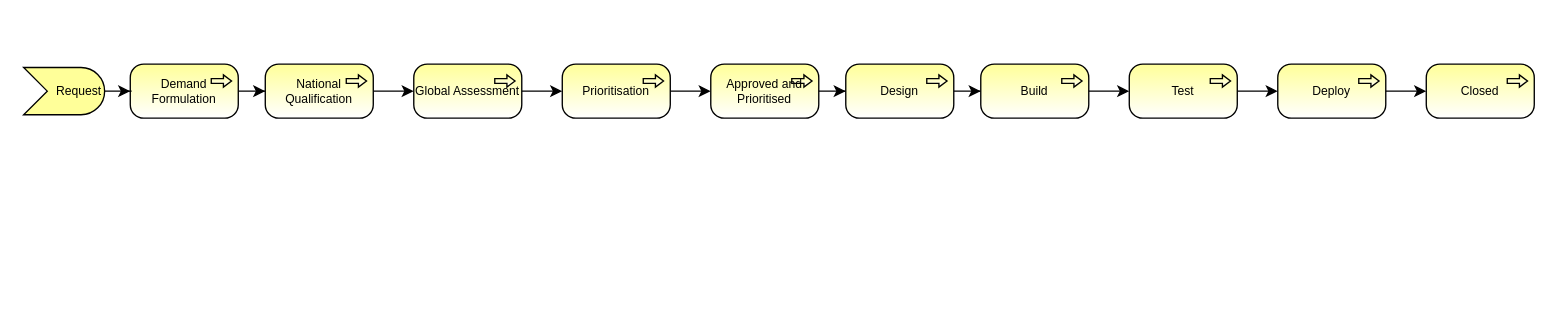
algimas/tmp keeps this draw.io diagram as page "Page-1" (1 of 2) of SnowOpmf.drawio. Above is the earlier version. Source tidied: cells renumbered, new cells numbered last; positions are measured from the earlier drawing's top-left corner, leaving out a move shared by most shapes. Both pictures are drawn from the tidied source at 135%, with x=0, y=0 at pixel (23, 63).
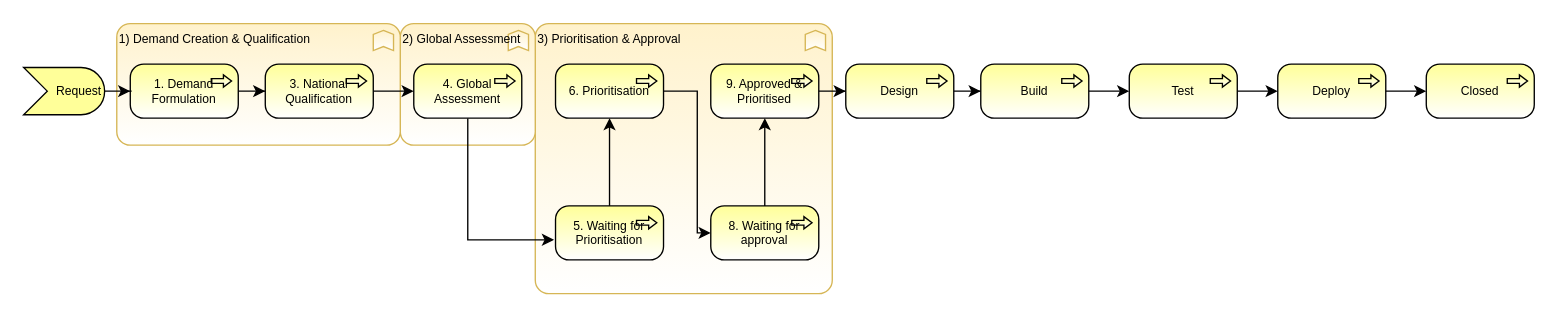
The same page after the edit.

What changed in the source:
```diff
@@
+    <mxCell id="23" value="3) Prioritisation &amp;amp; Approval" style="html=1;whiteSpace=wrap;fillColor=#fff2cc;shape=mxgraph.archimate3.application;appType=func;archiType=rounded;fontSize=9;align=left;strokeColor=#d6b656;gradientColor=#ffffff;verticalAlign=top;" parent="1" vertex="1">
+      <mxGeometry x="379" y="-30" width="220" height="200" as="geometry" />
+    </mxCell>
+    <mxCell id="24" value="2) Global Assessment" style="html=1;whiteSpace=wrap;fillColor=#fff2cc;shape=mxgraph.archimate3.application;appType=func;archiType=rounded;fontSize=9;align=left;strokeColor=#d6b656;gradientColor=#ffffff;verticalAlign=top;" parent="1" vertex="1">
+      <mxGeometry x="279" y="-30" width="100" height="90" as="geometry" />
+    </mxCell>
+    <mxCell id="25" value="1) Demand Creation &amp;amp; Qualification" style="html=1;whiteSpace=wrap;fillColor=#fff2cc;shape=mxgraph.archimate3.application;appType=func;archiType=rounded;fontSize=9;align=left;strokeColor=#d6b656;gradientColor=#ffffff;verticalAlign=top;" parent="1" vertex="1">
+      <mxGeometry x="69" y="-30" width="210" height="90" as="geometry" />
+    </mxCell>
@@
-    <mxCell id="3" value="Demand Formulation" style="html=1;outlineConnect=0;whiteSpace=wrap;fillColor=#ffff99;shape=mxgraph.archimate3.application;appType=proc;archiType=rounded;gradientColor=#ffffff;fontSize=9;" parent="1" vertex="1">
+    <mxCell id="3" value="1. Demand Formulation" style="html=1;outlineConnect=0;whiteSpace=wrap;fillColor=#ffff99;shape=mxgraph.archimate3.application;appType=proc;archiType=rounded;gradientColor=#ffffff;fontSize=9;verticalAlign=middle;align=center;" parent="1" vertex="1">
       <mxGeometry x="79" width="80" height="40" as="geometry" />
     </mxCell>
@@
-    <mxCell id="5" value="National Qualification" style="html=1;outlineConnect=0;whiteSpace=wrap;fillColor=#ffff99;shape=mxgraph.archimate3.application;appType=proc;archiType=rounded;gradientColor=#ffffff;fontSize=9;" parent="1" vertex="1">
+    <mxCell id="5" value="3. National Qualification" style="html=1;outlineConnect=0;whiteSpace=wrap;fillColor=#ffff99;shape=mxgraph.archimate3.application;appType=proc;archiType=rounded;gradientColor=#ffffff;fontSize=9;" parent="1" vertex="1">
       <mxGeometry x="179" width="80" height="40" as="geometry" />
     </mxCell>
-    <mxCell id="6" style="edgeStyle=orthogonalEdgeStyle;rounded=0;jettySize=auto;html=1;fontSize=9;" parent="1" edge="1" source="7" target="9">
-      <mxGeometry relative="1" as="geometry" />
+    <mxCell id="6" style="edgeStyle=orthogonalEdgeStyle;rounded=0;jettySize=auto;html=1;fontSize=9;entryX=-0.014;entryY=0.629;entryDx=0;entryDy=0;entryPerimeter=0;exitX=0.5;exitY=1;exitDx=0;exitDy=0;exitPerimeter=0;" parent="1" edge="1" source="7" target="27">
+      <mxGeometry relative="1" as="geometry">
+        <Array as="points">
+          <mxPoint x="329" y="130" />
+        </Array>
+      </mxGeometry>
     </mxCell>
-    <mxCell id="7" value="Global Assessment" style="html=1;outlineConnect=0;whiteSpace=wrap;fillColor=#ffff99;shape=mxgraph.archimate3.application;appType=proc;archiType=rounded;gradientColor=#ffffff;fontSize=9;" parent="1" vertex="1">
+    <mxCell id="7" value="4. Global Assessment" style="html=1;outlineConnect=0;whiteSpace=wrap;fillColor=#ffff99;shape=mxgraph.archimate3.application;appType=proc;archiType=rounded;gradientColor=#ffffff;fontSize=9;" parent="1" vertex="1">
       <mxGeometry x="289" width="80" height="40" as="geometry" />
     </mxCell>
-    <mxCell id="8" style="edgeStyle=orthogonalEdgeStyle;rounded=0;jettySize=auto;html=1;fontSize=9;" parent="1" edge="1" source="9" target="11">
-      <mxGeometry relative="1" as="geometry" />
+    <mxCell id="8" style="edgeStyle=orthogonalEdgeStyle;rounded=0;jettySize=auto;html=1;fontSize=9;entryX=0;entryY=0.5;entryDx=0;entryDy=0;entryPerimeter=0;" parent="1" edge="1" source="9" target="29">
+      <mxGeometry relative="1" as="geometry">
+        <Array as="points">
+          <mxPoint x="499" y="20" />
+          <mxPoint x="499" y="125" />
+        </Array>
+      </mxGeometry>
     </mxCell>
-    <mxCell id="9" value="Prioritisation" style="html=1;outlineConnect=0;whiteSpace=wrap;fillColor=#ffff99;shape=mxgraph.archimate3.application;appType=proc;archiType=rounded;gradientColor=#ffffff;fontSize=9;" parent="1" vertex="1">
-      <mxGeometry x="399" width="80" height="40" as="geometry" />
+    <mxCell id="9" value="6. Prioritisation" style="html=1;outlineConnect=0;whiteSpace=wrap;fillColor=#ffff99;shape=mxgraph.archimate3.application;appType=proc;archiType=rounded;gradientColor=#ffffff;fontSize=9;" parent="1" vertex="1">
+      <mxGeometry x="394" width="80" height="40" as="geometry" />
     </mxCell>
@@
-    <mxCell id="11" value="Approved and Prioritised" style="html=1;outlineConnect=0;whiteSpace=wrap;fillColor=#ffff99;shape=mxgraph.archimate3.application;appType=proc;archiType=rounded;gradientColor=#ffffff;fontSize=9;" parent="1" vertex="1">
+    <mxCell id="11" value="9. Approved &amp;amp; Prioritised" style="html=1;outlineConnect=0;whiteSpace=wrap;fillColor=#ffff99;shape=mxgraph.archimate3.application;appType=proc;archiType=rounded;gradientColor=#ffffff;fontSize=9;" parent="1" vertex="1">
       <mxGeometry x="509" width="80" height="40" as="geometry" />
     </mxCell>
@@
+    <mxCell id="26" style="edgeStyle=orthogonalEdgeStyle;rounded=0;jettySize=auto;html=1;fontSize=9;" parent="1" edge="1" source="27" target="9">
+      <mxGeometry relative="1" as="geometry" />
+    </mxCell>
+    <mxCell id="27" value="5. Waiting for Prioritisation" style="html=1;outlineConnect=0;whiteSpace=wrap;fillColor=#ffff99;shape=mxgraph.archimate3.application;appType=proc;archiType=rounded;gradientColor=#ffffff;fontSize=9;" parent="1" vertex="1">
+      <mxGeometry x="394" y="105" width="80" height="40" as="geometry" />
+    </mxCell>
+    <mxCell id="28" style="edgeStyle=orthogonalEdgeStyle;rounded=0;jettySize=auto;html=1;fontSize=9;" parent="1" edge="1" source="29" target="11">
+      <mxGeometry relative="1" as="geometry" />
+    </mxCell>
+    <mxCell id="29" value="8. Waiting for approval" style="html=1;outlineConnect=0;whiteSpace=wrap;fillColor=#ffff99;shape=mxgraph.archimate3.application;appType=proc;archiType=rounded;gradientColor=#ffffff;fontSize=9;" parent="1" vertex="1">
+      <mxGeometry x="509" y="105" width="80" height="40" as="geometry" />
+    </mxCell>
```
